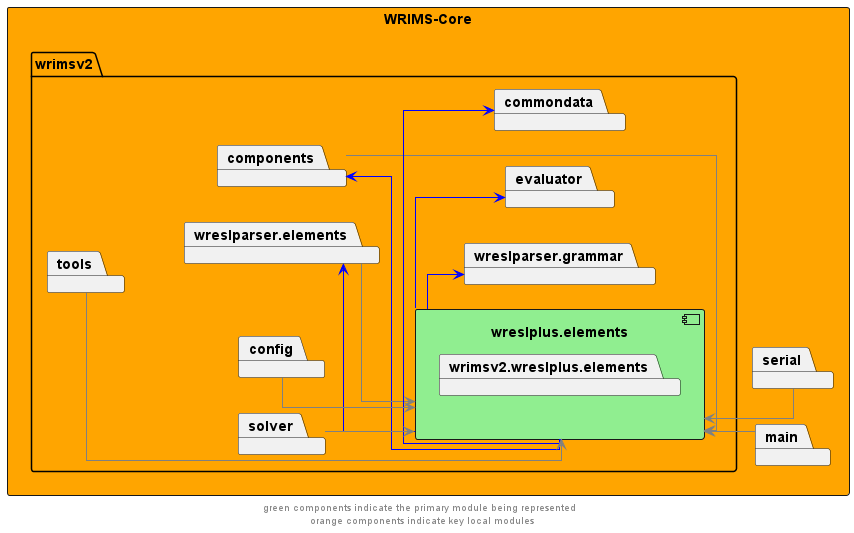
The PlantUML diagram docs/diagrams/wrims-core/wrims-core_wreslplus-elements.png in CentralValleyModeling/wrims, before a commit.
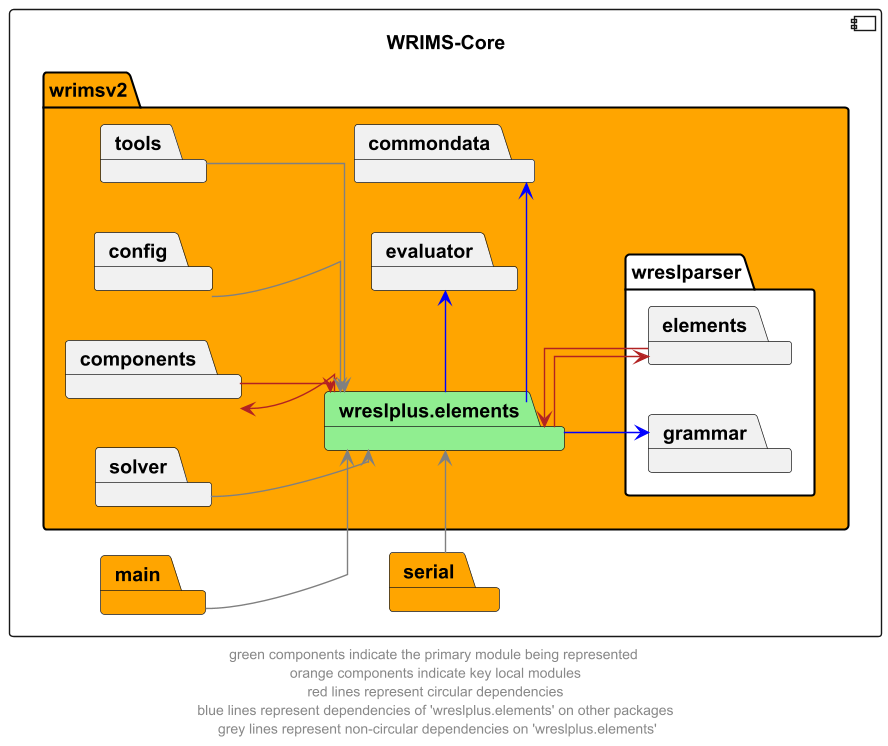
After the change.

Diff of the diagram source:
```diff
@@ -2,44 +2,43 @@
 left to right direction
 skinparam linetype ortho
 
-rectangle wrims_core as "WRIMS-Core" #orange {
-        package wrimsv2{
-            package wreslplus.elements {
-                component wreslplus.elements #lightgreen {
-                    package wrimsv2.wreslplus.elements
-                }
-            }
+component wrims_core as "WRIMS-Core" {
+        package wrimsv2 #orange {
+            package wreslplus.elements #lightgreen
         package commondata
         package components
         package evaluator
-        package wreslparser.elements
-
+        package wreslparser #white {
+            package elements
+            package grammar
+        }
         package config
         package solver
         package tools
-        package wreslparser.grammar
     }
-package main
-package serial
+    package main #orange
+    package serial #orange
 }
 
-wreslplus.elements -l->  components #blue
-components -->  wreslplus.elements #grey
-wreslplus.elements -l->  wreslparser.elements #blue
-wreslparser.elements -->  wreslplus.elements #grey
+wreslplus.elements -l->  components #firebrick
+components -->  wreslplus.elements #firebrick
+wreslplus.elements -->  elements #firebrick
+elements -l->  wreslplus.elements #firebrick
 
 wreslplus.elements -r->  commondata #blue
 wreslplus.elements -r->  evaluator #blue
-wreslplus.elements -r->  wreslparser.grammar #blue
+wreslplus.elements -->  grammar #blue
 
 config -->  wreslplus.elements #grey
 solver -->  wreslplus.elements #grey
 tools -->  wreslplus.elements #grey
 
-main -u-> wreslplus.elements #grey
-serial -u-> wreslplus.elements #grey
+main --> wreslplus.elements #grey
+serial -r-> wreslplus.elements #grey
 
-wreslparser.elements -u[hidden]-> tools
+elements -u[hidden]-> tools
+serial -u[hidden]-> main
+components -r[hidden]-> config
 
-footer "green components indicate the primary module being represented \n orange components indicate key local modules"
+footer "green components indicate the primary module being represented \n orange components indicate key local modules \n red lines represent circular dependencies \n blue lines represent dependencies of 'wreslplus.elements' on other packages \n grey lines represent non-circular dependencies on 'wreslplus.elements'"
 @enduml
```
